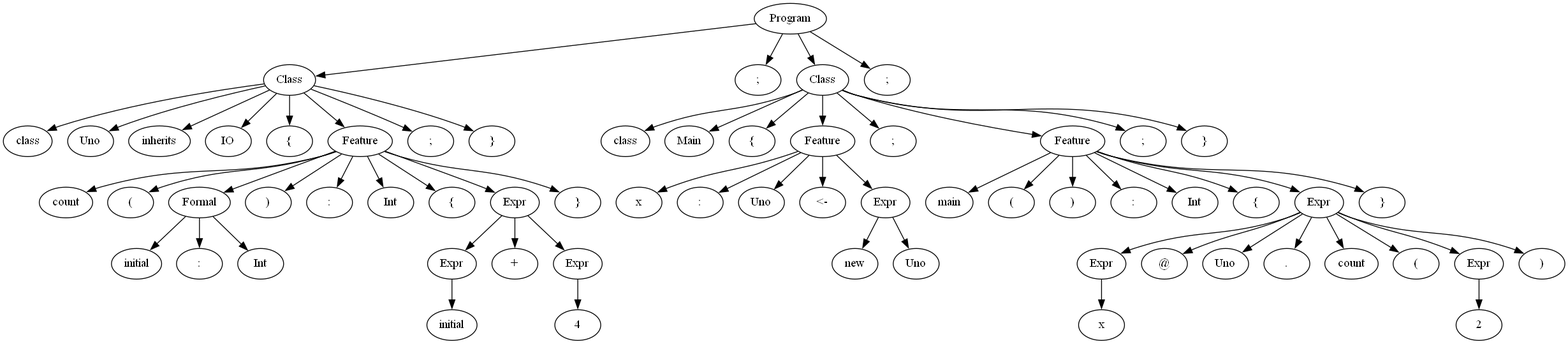
Before: output.gv.png, a diagram exported from Graphviz (Manuel-Archila/Proyecto0_CC). Its source is kept beside it as output.gv.
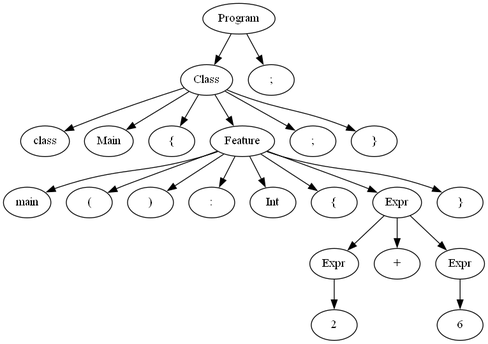
The same diagram one commit later.

What changed in the source:
```diff
@@ -5,123 +5,41 @@
 	1 -> 2
 	2 [label=class]
 	1 -> 3
-	3 [label=Uno]
+	3 [label=Main]
 	1 -> 4
-	4 [label=inherits]
+	4 [label="{"]
 	1 -> 5
-	5 [label=IO]
-	1 -> 6
-	6 [label="{"]
-	1 -> 7
-	7 [label=Feature]
-	7 -> 8
-	8 [label=count]
-	7 -> 9
-	9 [label="("]
-	7 -> 10
-	10 [label=Formal]
-	10 -> 11
-	11 [label=initial]
-	10 -> 12
-	12 [label=":"]
-	10 -> 13
-	13 [label=Int]
-	7 -> 14
-	14 [label=")"]
-	7 -> 15
-	15 [label=":"]
-	7 -> 16
-	16 [label=Int]
-	7 -> 17
-	17 [label="{"]
-	7 -> 18
-	18 [label=Expr]
-	18 -> 19
-	19 [label=Expr]
-	19 -> 20
-	20 [label=initial]
-	18 -> 21
-	21 [label="+"]
-	18 -> 22
-	22 [label=Expr]
-	22 -> 23
-	23 [label=4]
-	7 -> 24
-	24 [label="}"]
-	1 -> 25
-	25 [label=";"]
-	1 -> 26
-	26 [label="}"]
-	0 -> 27
-	27 [label=";"]
-	0 -> 28
-	28 [label=Class]
-	28 -> 29
-	29 [label=class]
-	28 -> 30
-	30 [label=Main]
-	28 -> 31
-	31 [label="{"]
-	28 -> 32
-	32 [label=Feature]
-	32 -> 33
-	33 [label=x]
-	32 -> 34
-	34 [label=":"]
-	32 -> 35
-	35 [label=Uno]
-	32 -> 36
-	36 [label="<-"]
-	32 -> 37
-	37 [label=Expr]
-	37 -> 38
-	38 [label=new]
-	37 -> 39
-	39 [label=Uno]
-	28 -> 40
-	40 [label=";"]
-	28 -> 41
-	41 [label=Feature]
-	41 -> 42
-	42 [label=main]
-	41 -> 43
-	43 [label="("]
-	41 -> 44
-	44 [label=")"]
-	41 -> 45
-	45 [label=":"]
-	41 -> 46
-	46 [label=Int]
-	41 -> 47
-	47 [label="{"]
-	41 -> 48
-	48 [label=Expr]
-	48 -> 49
-	49 [label=Expr]
-	49 -> 50
-	50 [label=x]
-	48 -> 51
-	51 [label="@"]
-	48 -> 52
-	52 [label=Uno]
-	48 -> 53
-	53 [label="."]
-	48 -> 54
-	54 [label=count]
-	48 -> 55
-	55 [label="("]
-	48 -> 56
-	56 [label=Expr]
-	56 -> 57
-	57 [label=2]
-	48 -> 58
-	58 [label=")"]
-	41 -> 59
-	59 [label="}"]
-	28 -> 60
-	60 [label=";"]
-	28 -> 61
-	61 [label="}"]
-	0 -> 62
-	62 [label=";"]
+	5 [label=Feature]
+	5 -> 6
+	6 [label=main]
+	5 -> 7
+	7 [label="("]
+	5 -> 8
+	8 [label=")"]
+	5 -> 9
+	9 [label=":"]
+	5 -> 10
+	10 [label=Int]
+	5 -> 11
+	11 [label="{"]
+	5 -> 12
+	12 [label=Expr]
+	12 -> 13
+	13 [label=Expr]
+	13 -> 14
+	14 [label=2]
+	12 -> 15
+	15 [label="+"]
+	12 -> 16
+	16 [label=Expr]
+	16 -> 17
+	17 [label=6]
+	5 -> 18
+	18 [label="}"]
+	1 -> 19
+	19 [label=";"]
+	1 -> 20
+	20 [label="}"]
+	0 -> 21
+	21 [label=";"]
 }
```
